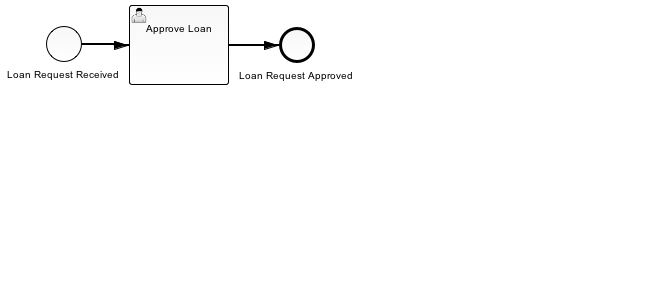
The BPMN diagram src/main/resources/loan-approval.png in perc-adeady/gradle-camunda, before a commit. Its source is kept beside it as src/main/resources/loan-approval.bpmn. Ids are renumbered. Source of this version:
```xml
<bpmn2:definitions xmlns:xsi="http://www.w3.org/2001/XMLSchema-instance" xmlns:bpmn2="http://www.omg.org/spec/BPMN/20100524/MODEL" xmlns:bpmndi="http://www.omg.org/spec/BPMN/20100524/DI" xmlns:camunda="http://activiti.org/bpmn" xmlns:dc="http://www.omg.org/spec/DD/20100524/DC" xmlns:di="http://www.omg.org/spec/DD/20100524/DI" xsi:schemaLocation="http://www.omg.org/spec/BPMN/20100524/MODEL BPMN20.xsd" id="_nDdK4aV6EeSdS83U-ezsZA" exporter="camunda modeler" exporterVersion="2.7.0" targetNamespace="http://activiti.org/bpmn">
  <bpmn2:process id="approve-loan" name="Loan Approval" isExecutable="true">
    <bpmn2:userTask id="UserTask_1" camunda:assignee="john" name="Approve Loan">
      <bpmn2:incoming>SequenceFlow_1</bpmn2:incoming>
      <bpmn2:outgoing>SequenceFlow_2</bpmn2:outgoing>
    </bpmn2:userTask>
    <bpmn2:sequenceFlow id="SequenceFlow_2" name="" sourceRef="UserTask_1" targetRef="EndEvent_1"/>
    <bpmn2:startEvent id="StartEvent_1" name="Loan Request Received">
      <bpmn2:outgoing>SequenceFlow_1</bpmn2:outgoing>
    </bpmn2:startEvent>
    <bpmn2:sequenceFlow id="SequenceFlow_1" name="" sourceRef="StartEvent_1" targetRef="UserTask_1"/>
    <bpmn2:endEvent id="EndEvent_1" name="Loan Request Approved">
      <bpmn2:incoming>SequenceFlow_2</bpmn2:incoming>
    </bpmn2:endEvent>
  </bpmn2:process>
  <bpmndi:BPMNDiagram id="BPMNDiagram_1">
    <bpmndi:BPMNPlane id="BPMNPlane_1" bpmnElement="approve-loan">
      <bpmndi:BPMNShape id="_BPMNShape_StartEvent_2" bpmnElement="StartEvent_1">
        <dc:Bounds height="36.0" width="36.0" x="18.0" y="24.0"/>
        <bpmndi:BPMNLabel>
          <dc:Bounds height="0.0" width="0.0" x="36.0" y="65.0"/>
        </bpmndi:BPMNLabel>
      </bpmndi:BPMNShape>
      <bpmndi:BPMNShape id="_BPMNShape_EndEvent_2" bpmnElement="EndEvent_1">
        <dc:Bounds height="36.0" width="36.0" x="251.0" y="25.0"/>
        <bpmndi:BPMNLabel>
          <dc:Bounds height="0.0" width="0.0" x="269.0" y="66.0"/>
        </bpmndi:BPMNLabel>
      </bpmndi:BPMNShape>
      <bpmndi:BPMNShape id="_BPMNShape_UserTask_2" bpmnElement="UserTask_1">
        <dc:Bounds height="80.0" width="100.0" x="101.0" y="3.0"/>
      </bpmndi:BPMNShape>
      <bpmndi:BPMNEdge id="BPMNEdge_SequenceFlow_1" bpmnElement="SequenceFlow_1" sourceElement="_BPMNShape_StartEvent_2" targetElement="_BPMNShape_UserTask_2">
        <di:waypoint xsi:type="dc:Point" x="54.0" y="42.0"/>
        <di:waypoint xsi:type="dc:Point" x="86.0" y="42.0"/>
        <di:waypoint xsi:type="dc:Point" x="86.0" y="43.0"/>
        <di:waypoint xsi:type="dc:Point" x="101.0" y="43.0"/>
        <bpmndi:BPMNLabel>
          <dc:Bounds height="6.0" width="6.0" x="66.0" y="42.0"/>
        </bpmndi:BPMNLabel>
      </bpmndi:BPMNEdge>
      <bpmndi:BPMNEdge id="BPMNEdge_SequenceFlow_2" bpmnElement="SequenceFlow_2" sourceElement="_BPMNShape_UserTask_2" targetElement="_BPMNShape_EndEvent_2">
        <di:waypoint xsi:type="dc:Point" x="201.0" y="43.0"/>
        <di:waypoint xsi:type="dc:Point" x="251.0" y="43.0"/>
        <bpmndi:BPMNLabel>
          <dc:Bounds height="6.0" width="6.0" x="218.0" y="43.0"/>
        </bpmndi:BPMNLabel>
      </bpmndi:BPMNEdge>
    </bpmndi:BPMNPlane>
  </bpmndi:BPMNDiagram>
</bpmn2:definitions>
```
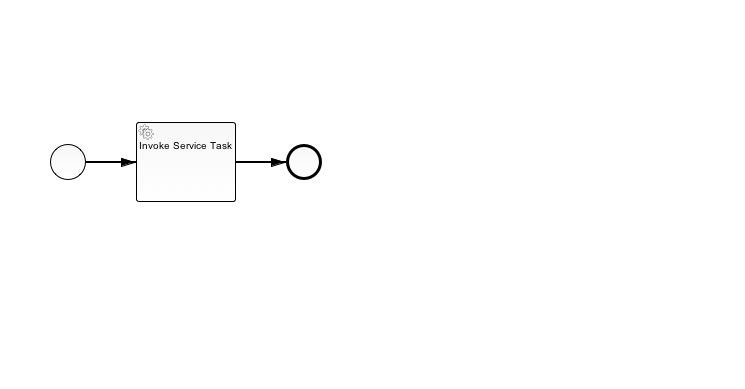
After the change.

Commit message:
Initial work to get java class called by way of bpmn

Change to the diagram source:
```diff
@@ -1,50 +1,36 @@
-<bpmn2:definitions xmlns:xsi="http://www.w3.org/2001/XMLSchema-instance" xmlns:bpmn2="http://www.omg.org/spec/BPMN/20100524/MODEL" xmlns:bpmndi="http://www.omg.org/spec/BPMN/20100524/DI" xmlns:camunda="http://activiti.org/bpmn" xmlns:dc="http://www.omg.org/spec/DD/20100524/DC" xmlns:di="http://www.omg.org/spec/DD/20100524/DI" xsi:schemaLocation="http://www.omg.org/spec/BPMN/20100524/MODEL BPMN20.xsd" id="_nDdK4aV6EeSdS83U-ezsZA" exporter="camunda modeler" exporterVersion="2.7.0" targetNamespace="http://activiti.org/bpmn">
-  <bpmn2:process id="approve-loan" name="Loan Approval" isExecutable="true">
-    <bpmn2:userTask id="UserTask_1" camunda:assignee="john" name="Approve Loan">
+<bpmn2:definitions xmlns:xsi="http://www.w3.org/2001/XMLSchema-instance" xmlns:bpmn2="http://www.omg.org/spec/BPMN/20100524/MODEL" xmlns:bpmndi="http://www.omg.org/spec/BPMN/20100524/DI" xmlns:camunda="http://activiti.org/bpmn" xmlns:dc="http://www.omg.org/spec/DD/20100524/DC" xmlns:di="http://www.omg.org/spec/DD/20100524/DI" xsi:schemaLocation="http://www.omg.org/spec/BPMN/20100524/MODEL BPMN20.xsd" id="_n-3_cKJHEeSezY45HJsPDg" exporter="camunda modeler" exporterVersion="2.7.0" targetNamespace="http://activiti.org/bpmn">
+  <bpmn2:process id="loan-approval" name="Loan Approval" isExecutable="true">
+    <bpmn2:startEvent id="StartEvent_1">
+      <bpmn2:outgoing>SequenceFlow_1</bpmn2:outgoing>
+    </bpmn2:startEvent>
+    <bpmn2:serviceTask id="ServiceTask_1" camunda:class="co.psft.bpmn.WebServiceDelegate" name="Invoke Service Task">
       <bpmn2:incoming>SequenceFlow_1</bpmn2:incoming>
       <bpmn2:outgoing>SequenceFlow_2</bpmn2:outgoing>
-    </bpmn2:userTask>
-    <bpmn2:sequenceFlow id="SequenceFlow_2" name="" sourceRef="UserTask_1" targetRef="EndEvent_1"/>
-    <bpmn2:startEvent id="StartEvent_1" name="Loan Request Received">
-      <bpmn2:outgoing>SequenceFlow_1</bpmn2:outgoing>
-    </bpmn2:startEvent>
-    <bpmn2:sequenceFlow id="SequenceFlow_1" name="" sourceRef="StartEvent_1" targetRef="UserTask_1"/>
-    <bpmn2:endEvent id="EndEvent_1" name="Loan Request Approved">
+    </bpmn2:serviceTask>
+    <bpmn2:sequenceFlow id="SequenceFlow_1" name="" sourceRef="StartEvent_1" targetRef="ServiceTask_1"/>
+    <bpmn2:endEvent id="EndEvent_1">
       <bpmn2:incoming>SequenceFlow_2</bpmn2:incoming>
     </bpmn2:endEvent>
+    <bpmn2:sequenceFlow id="SequenceFlow_2" name="" sourceRef="ServiceTask_1" targetRef="EndEvent_1"/>
   </bpmn2:process>
   <bpmndi:BPMNDiagram id="BPMNDiagram_1">
-    <bpmndi:BPMNPlane id="BPMNPlane_1" bpmnElement="approve-loan">
-      <bpmndi:BPMNShape id="_BPMNShape_StartEvent_2" bpmnElement="StartEvent_1">
-        <dc:Bounds height="36.0" width="36.0" x="18.0" y="24.0"/>
-        <bpmndi:BPMNLabel>
-          <dc:Bounds height="0.0" width="0.0" x="36.0" y="65.0"/>
-        </bpmndi:BPMNLabel>
+    <bpmndi:BPMNPlane id="BPMNPlane_1" bpmnElement="loan-approval">
+      <bpmndi:BPMNShape id="_BPMNShape_StartEvent_1" bpmnElement="StartEvent_1">
+        <dc:Bounds height="36.0" width="36.0" x="50.0" y="144.0"/>
       </bpmndi:BPMNShape>
-      <bpmndi:BPMNShape id="_BPMNShape_EndEvent_2" bpmnElement="EndEvent_1">
-        <dc:Bounds height="36.0" width="36.0" x="251.0" y="25.0"/>
-        <bpmndi:BPMNLabel>
-          <dc:Bounds height="0.0" width="0.0" x="269.0" y="66.0"/>
-        </bpmndi:BPMNLabel>
+      <bpmndi:BPMNShape id="_BPMNShape_ServiceTask_1" bpmnElement="ServiceTask_1">
+        <dc:Bounds height="80.0" width="100.0" x="136.0" y="122.0"/>
       </bpmndi:BPMNShape>
-      <bpmndi:BPMNShape id="_BPMNShape_UserTask_2" bpmnElement="UserTask_1">
-        <dc:Bounds height="80.0" width="100.0" x="101.0" y="3.0"/>
+      <bpmndi:BPMNEdge id="BPMNEdge_SequenceFlow_1" bpmnElement="SequenceFlow_1" sourceElement="_BPMNShape_StartEvent_1" targetElement="_BPMNShape_ServiceTask_1">
+        <di:waypoint xsi:type="dc:Point" x="86.0" y="162.0"/>
+        <di:waypoint xsi:type="dc:Point" x="136.0" y="162.0"/>
+      </bpmndi:BPMNEdge>
+      <bpmndi:BPMNShape id="_BPMNShape_EndEvent_1" bpmnElement="EndEvent_1">
+        <dc:Bounds height="36.0" width="36.0" x="286.0" y="144.0"/>
       </bpmndi:BPMNShape>
-      <bpmndi:BPMNEdge id="BPMNEdge_SequenceFlow_1" bpmnElement="SequenceFlow_1" sourceElement="_BPMNShape_StartEvent_2" targetElement="_BPMNShape_UserTask_2">
-        <di:waypoint xsi:type="dc:Point" x="54.0" y="42.0"/>
-        <di:waypoint xsi:type="dc:Point" x="86.0" y="42.0"/>
-        <di:waypoint xsi:type="dc:Point" x="86.0" y="43.0"/>
-        <di:waypoint xsi:type="dc:Point" x="101.0" y="43.0"/>
-        <bpmndi:BPMNLabel>
-          <dc:Bounds height="6.0" width="6.0" x="66.0" y="42.0"/>
-        </bpmndi:BPMNLabel>
-      </bpmndi:BPMNEdge>
-      <bpmndi:BPMNEdge id="BPMNEdge_SequenceFlow_2" bpmnElement="SequenceFlow_2" sourceElement="_BPMNShape_UserTask_2" targetElement="_BPMNShape_EndEvent_2">
-        <di:waypoint xsi:type="dc:Point" x="201.0" y="43.0"/>
-        <di:waypoint xsi:type="dc:Point" x="251.0" y="43.0"/>
-        <bpmndi:BPMNLabel>
-          <dc:Bounds height="6.0" width="6.0" x="218.0" y="43.0"/>
-        </bpmndi:BPMNLabel>
+      <bpmndi:BPMNEdge id="BPMNEdge_SequenceFlow_2" bpmnElement="SequenceFlow_2" sourceElement="_BPMNShape_ServiceTask_1" targetElement="_BPMNShape_EndEvent_1">
+        <di:waypoint xsi:type="dc:Point" x="236.0" y="162.0"/>
+        <di:waypoint xsi:type="dc:Point" x="286.0" y="162.0"/>
       </bpmndi:BPMNEdge>
     </bpmndi:BPMNPlane>
   </bpmndi:BPMNDiagram>
```
